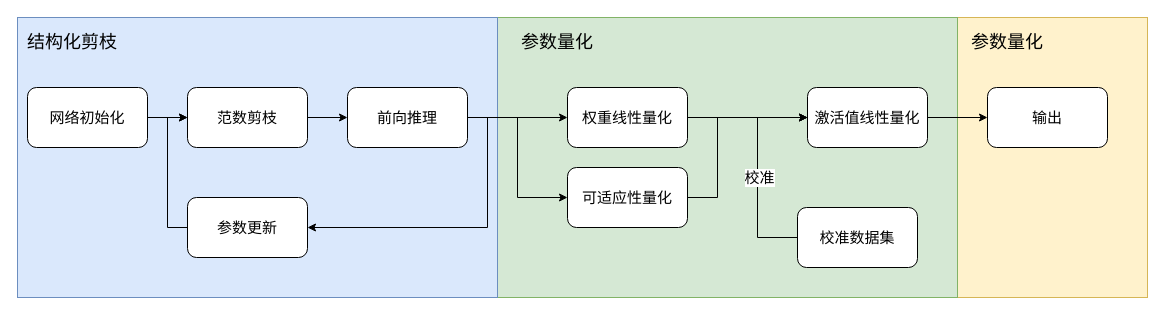
This is PrunePtq.drawio from JIANGBOFENG/MY_GIT_Repo, a draw.io file, before an edit. Source tidied: cells renumbered, new cells numbered last; positions are measured from the earlier drawing's top-left corner, leaving out a move shared by most shapes. Both pictures are drawn from the tidied source at 100%, with x=0, y=0 at pixel (17, 17).
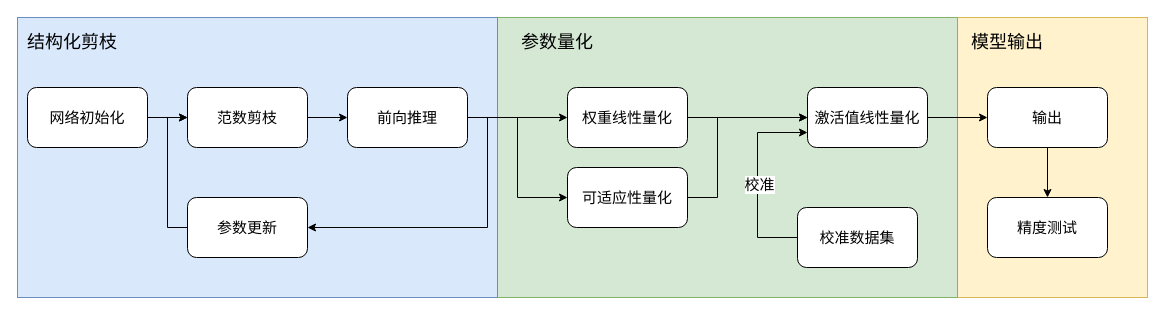
After the change.

The change refers to these unchanged cells:
```xml
<mxCell id="20" value="激活值线性量化" style="rounded=1;whiteSpace=wrap;html=1;fontSize=15;" parent="1" vertex="1">
  <mxGeometry x="790" y="70" width="120" height="60" as="geometry" />
</mxCell>
<mxCell id="23" value="输出" style="rounded=1;whiteSpace=wrap;html=1;fontSize=15;" parent="1" vertex="1">
  <mxGeometry x="970" y="70" width="120" height="60" as="geometry" />
</mxCell>
<mxCell id="26" value="校准数据集" style="rounded=1;whiteSpace=wrap;html=1;fontSize=15;" parent="1" vertex="1">
  <mxGeometry x="780" y="190" width="120" height="60" as="geometry" />
</mxCell>
```

Diff of the diagram source:
```diff
@@
+    <mxCell id="28" style="edgeStyle=orthogonalEdgeStyle;rounded=0;jettySize=auto;html=1;exitX=0.5;exitY=1;exitDx=0;exitDy=0;entryX=0.5;entryY=0;entryDx=0;entryDy=0;" parent="1" edge="1" source="23" target="29">
+      <mxGeometry relative="1" as="geometry" />
+    </mxCell>
@@
-    <mxCell id="24" style="edgeStyle=orthogonalEdgeStyle;rounded=0;jettySize=auto;html=1;exitX=0;exitY=0.5;exitDx=0;exitDy=0;entryX=0;entryY=0.5;entryDx=0;entryDy=0;" parent="1" edge="1" source="26" target="20">
+    <mxCell id="24" style="edgeStyle=orthogonalEdgeStyle;rounded=0;jettySize=auto;html=1;exitX=0;exitY=0.5;exitDx=0;exitDy=0;entryX=0;entryY=0.75;entryDx=0;entryDy=0;" parent="1" edge="1" source="26" target="20">
       <mxGeometry relative="1" as="geometry">
         <Array as="points">
           <mxPoint x="740" y="220" />
-          <mxPoint x="740" y="100" />
+          <mxPoint x="740" y="115" />
         </Array>
       </mxGeometry>
     </mxCell>
@@
-    <mxCell id="27" value="参数量化" style="text;html=1;strokeColor=none;fillColor=none;align=center;verticalAlign=middle;whiteSpace=wrap;rounded=0;fontSize=18;" parent="1" vertex="1">
+    <mxCell id="27" value="模型输出" style="text;html=1;strokeColor=none;fillColor=none;align=center;verticalAlign=middle;whiteSpace=wrap;rounded=0;fontSize=18;" parent="1" vertex="1">
       <mxGeometry x="930" width="120" height="50" as="geometry" />
     </mxCell>
+    <mxCell id="29" value="精度测试" style="rounded=1;whiteSpace=wrap;html=1;fontSize=15;" parent="1" vertex="1">
+      <mxGeometry x="970" y="180" width="120" height="60" as="geometry" />
+    </mxCell>
```
